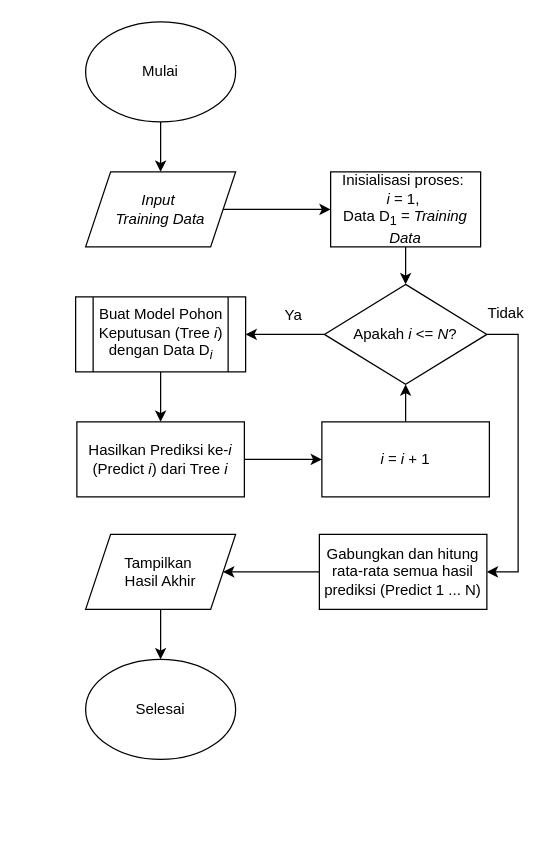
The draw.io diagram diagrams/Flowchart gradient boosting.drawio in fadhilra101/skripsi, before the edit. Source tidied: cells renumbered, new cells numbered last; positions are measured from the earlier drawing's top-left corner, leaving out a move shared by most shapes. Both pictures are drawn from the tidied source at 125%, with x=0, y=0 at pixel (75, 21).
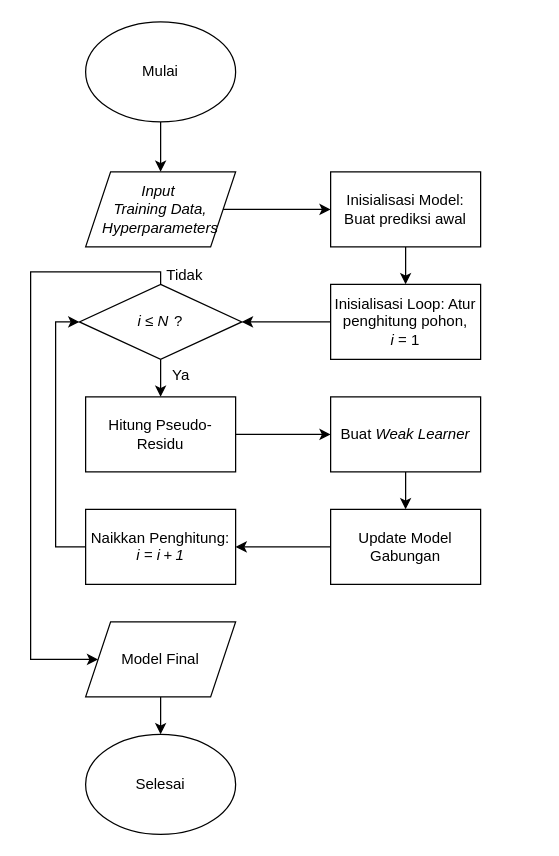
Above is the later version.

Change to the diagram source:
```diff
@@
-    <mxCell id="5" value="&lt;i&gt;Input&amp;nbsp;&lt;/i&gt;&lt;div&gt;&lt;i&gt;Training Data&lt;/i&gt;&lt;/div&gt;" style="shape=parallelogram;perimeter=parallelogramPerimeter;whiteSpace=wrap;html=1;fixedSize=1;fillColor=none;" parent="1" vertex="1">
+    <mxCell id="5" value="&lt;i&gt;Input&amp;nbsp;&lt;/i&gt;&lt;div&gt;&lt;i&gt;Training Data, Hyperparameters&lt;/i&gt;&lt;/div&gt;" style="shape=parallelogram;perimeter=parallelogramPerimeter;whiteSpace=wrap;html=1;fixedSize=1;fillColor=none;" parent="1" vertex="1">
       <mxGeometry x="8" y="120" width="120" height="60" as="geometry" />
     </mxCell>
-    <mxCell id="6" style="edgeStyle=orthogonalEdgeStyle;rounded=0;jettySize=auto;html=1;" parent="1" edge="1" source="7" target="10">
-      <mxGeometry relative="1" as="geometry" />
+    <mxCell id="6" style="edgeStyle=orthogonalEdgeStyle;rounded=0;jettySize=auto;html=1;" parent="1" edge="1" source="7">
+      <mxGeometry relative="1" as="geometry">
+        <mxPoint x="264" y="210" as="targetPoint" />
+      </mxGeometry>
     </mxCell>
-    <mxCell id="7" value="Inisialisasi&amp;nbsp;&lt;span style=&quot;background-color: transparent; color: light-dark(rgb(0, 0, 0), rgb(255, 255, 255));&quot;&gt;proses:&amp;nbsp;&lt;/span&gt;&lt;div&gt;&lt;span style=&quot;background-color: transparent; color: light-dark(rgb(0, 0, 0), rgb(255, 255, 255));&quot;&gt;&lt;i&gt;i&lt;/i&gt; = 1,&amp;nbsp;&lt;/span&gt;&lt;div&gt;Data D&lt;sub&gt;1&lt;/sub&gt; = &lt;i&gt;Training Data&lt;/i&gt;&lt;/div&gt;&lt;/div&gt;" style="rounded=0;whiteSpace=wrap;html=1;fillColor=none;" parent="1" vertex="1">
+    <mxCell id="7" value="Inisialisasi Model: Buat prediksi awal" style="rounded=0;whiteSpace=wrap;html=1;fillColor=none;" parent="1" vertex="1">
       <mxGeometry x="204" y="120" width="120" height="60" as="geometry" />
     </mxCell>
-    <mxCell id="8" style="edgeStyle=orthogonalEdgeStyle;rounded=0;jettySize=auto;html=1;" parent="1" edge="1" source="10" target="12">
-      <mxGeometry relative="1" as="geometry" />
-    </mxCell>
-    <mxCell id="9" style="edgeStyle=orthogonalEdgeStyle;rounded=0;jettySize=auto;html=1;entryX=1;entryY=0.5;entryDx=0;entryDy=0;" parent="1" edge="1" source="10" target="19">
-      <mxGeometry relative="1" as="geometry">
-        <Array as="points">
-          <mxPoint x="354" y="250" />
-          <mxPoint x="354" y="440" />
-        </Array>
-      </mxGeometry>
-    </mxCell>
-    <mxCell id="10" value="Apakah &lt;i&gt;i&lt;/i&gt; &amp;lt;= &lt;i&gt;N&lt;/i&gt;?" style="rhombus;whiteSpace=wrap;html=1;fillColor=none;" parent="1" vertex="1">
-      <mxGeometry x="199" y="210" width="130" height="80" as="geometry" />
-    </mxCell>
-    <mxCell id="11" style="edgeStyle=orthogonalEdgeStyle;rounded=0;jettySize=auto;html=1;" parent="1" edge="1" source="12" target="15">
-      <mxGeometry relative="1" as="geometry" />
-    </mxCell>
-    <mxCell id="12" value="Buat Model Pohon Keputusan (Tree &lt;i&gt;i&lt;/i&gt;) dengan Data D&lt;sub&gt;&lt;i&gt;i&lt;/i&gt;&lt;/sub&gt;" style="shape=process;whiteSpace=wrap;html=1;backgroundOutline=1;fillColor=none;" parent="1" vertex="1">
-      <mxGeometry y="220" width="136" height="60" as="geometry" />
-    </mxCell>
+    <mxCell id="24" style="edgeStyle=orthogonalEdgeStyle;rounded=0;jettySize=auto;html=1;" parent="1" edge="1" source="25" target="28">
+      <mxGeometry relative="1" as="geometry" />
+    </mxCell>
+    <mxCell id="25" value="Inisialisasi Loop: Atur penghitung pohon, &lt;span class=&quot;katex&quot;&gt;&lt;span aria-hidden=&quot;true&quot; class=&quot;katex-html&quot;&gt;&lt;span class=&quot;base&quot;&gt;&lt;span style=&quot;height: 0.6595em;&quot; class=&quot;strut&quot;&gt;&lt;/span&gt;&lt;span class=&quot;mord mathnormal&quot;&gt;&lt;i&gt;i&lt;/i&gt;&lt;/span&gt;&lt;span style=&quot;margin-right: 0.2778em;&quot; class=&quot;mspace&quot;&gt;&lt;/span&gt;&lt;span class=&quot;mrel&quot;&gt;=&lt;/span&gt;&lt;span style=&quot;margin-right: 0.2778em;&quot; class=&quot;mspace&quot;&gt;&lt;/span&gt;&lt;/span&gt;&lt;span class=&quot;base&quot;&gt;&lt;span style=&quot;height: 0.6444em;&quot; class=&quot;strut&quot;&gt;&lt;/span&gt;&lt;span class=&quot;mord&quot;&gt;1&lt;/span&gt;&lt;/span&gt;&lt;/span&gt;&lt;/span&gt;" style="rounded=0;whiteSpace=wrap;html=1;fillColor=none;" parent="1" vertex="1">
+      <mxGeometry x="204" y="210" width="120" height="60" as="geometry" />
+    </mxCell>
+    <mxCell id="26" style="edgeStyle=orthogonalEdgeStyle;rounded=0;jettySize=auto;html=1;" parent="1" edge="1" source="28" target="30">
+      <mxGeometry relative="1" as="geometry" />
+    </mxCell>
+    <mxCell id="27" style="edgeStyle=orthogonalEdgeStyle;rounded=0;jettySize=auto;html=1;exitX=0.5;exitY=0;exitDx=0;exitDy=0;entryX=0;entryY=0.5;entryDx=0;entryDy=0;" parent="1" edge="1" source="28" target="38">
+      <mxGeometry relative="1" as="geometry">
+        <Array as="points">
+          <mxPoint x="68" y="200" />
+          <mxPoint x="-36" y="200" />
+          <mxPoint x="-36" y="510" />
+        </Array>
+      </mxGeometry>
+    </mxCell>
+    <mxCell id="28" value="&lt;i&gt;i&amp;nbsp;&lt;/i&gt;&lt;span style=&quot;&quot; class=&quot;katex&quot;&gt;&lt;span style=&quot;&quot; aria-hidden=&quot;true&quot; class=&quot;katex-html&quot;&gt;&lt;span style=&quot;&quot; class=&quot;base&quot;&gt;&lt;span style=&quot;&quot; class=&quot;mrel&quot;&gt;≤&lt;/span&gt;&lt;span style=&quot;margin-right: 0.2778em; margin-right: 0.2778em;&quot; class=&quot;mspace&quot;&gt;&lt;/span&gt;&lt;/span&gt;&lt;span style=&quot;&quot; class=&quot;base&quot;&gt;&lt;i&gt;&lt;span style=&quot;height: 0.6833em;&quot; class=&quot;strut&quot;&gt;&lt;/span&gt;&lt;span style=&quot;margin-right: 0.109em;&quot; class=&quot;mord mathnormal&quot;&gt;N&lt;/span&gt;&lt;/i&gt;&lt;/span&gt;&lt;/span&gt;&lt;/span&gt; ?" style="rhombus;whiteSpace=wrap;html=1;fillColor=none;" parent="1" vertex="1">
+      <mxGeometry x="3" y="210" width="130" height="60" as="geometry" />
+    </mxCell>
+    <mxCell id="29" style="edgeStyle=orthogonalEdgeStyle;rounded=0;jettySize=auto;html=1;" parent="1" edge="1" source="30" target="32">
+      <mxGeometry relative="1" as="geometry" />
+    </mxCell>
+    <mxCell id="30" value="Hitung Pseudo-Residu" style="rounded=0;whiteSpace=wrap;html=1;fillColor=none;" parent="1" vertex="1">
+      <mxGeometry x="8" y="300" width="120" height="60" as="geometry" />
+    </mxCell>
+    <mxCell id="31" style="edgeStyle=orthogonalEdgeStyle;rounded=0;jettySize=auto;html=1;" parent="1" edge="1" source="32" target="34">
+      <mxGeometry relative="1" as="geometry" />
+    </mxCell>
+    <mxCell id="32" value="Buat &lt;i&gt;Weak Learner&lt;/i&gt;" style="rounded=0;whiteSpace=wrap;html=1;fillColor=none;" parent="1" vertex="1">
+      <mxGeometry x="204" y="300" width="120" height="60" as="geometry" />
+    </mxCell>
+    <mxCell id="33" style="edgeStyle=orthogonalEdgeStyle;rounded=0;jettySize=auto;html=1;" parent="1" edge="1" source="34" target="36">
+      <mxGeometry relative="1" as="geometry" />
+    </mxCell>
+    <mxCell id="34" value="Update Model Gabungan" style="rounded=0;whiteSpace=wrap;html=1;fillColor=none;" parent="1" vertex="1">
+      <mxGeometry x="204" y="390" width="120" height="60" as="geometry" />
+    </mxCell>
+    <mxCell id="35" style="edgeStyle=orthogonalEdgeStyle;rounded=0;jettySize=auto;html=1;entryX=0;entryY=0.5;entryDx=0;entryDy=0;" parent="1" edge="1" source="36" target="28">
+      <mxGeometry relative="1" as="geometry">
+        <Array as="points">
+          <mxPoint x="-16" y="420" />
+          <mxPoint x="-16" y="240" />
+        </Array>
+      </mxGeometry>
+    </mxCell>
+    <mxCell id="36" value="Naikkan Penghitung: &lt;span class=&quot;katex&quot;&gt;&lt;span aria-hidden=&quot;true&quot; class=&quot;katex-html&quot;&gt;&lt;i&gt;&lt;span class=&quot;base&quot;&gt;&lt;span style=&quot;height: 0.6595em;&quot; class=&quot;strut&quot;&gt;&lt;/span&gt;&lt;span class=&quot;mord mathnormal&quot;&gt;i&lt;/span&gt;&lt;span style=&quot;margin-right: 0.2778em;&quot; class=&quot;mspace&quot;&gt;&lt;/span&gt;&lt;span class=&quot;mrel&quot;&gt;=&lt;/span&gt;&lt;span style=&quot;margin-right: 0.2778em;&quot; class=&quot;mspace&quot;&gt;&lt;/span&gt;&lt;/span&gt;&lt;span class=&quot;base&quot;&gt;&lt;span style=&quot;height: 0.7429em; vertical-align: -0.0833em;&quot; class=&quot;strut&quot;&gt;&lt;/span&gt;&lt;span class=&quot;mord mathnormal&quot;&gt;i&lt;/span&gt;&lt;span style=&quot;margin-right: 0.2222em;&quot; class=&quot;mspace&quot;&gt;&lt;/span&gt;&lt;span class=&quot;mbin&quot;&gt;+&lt;/span&gt;&lt;span style=&quot;margin-right: 0.2222em;&quot; class=&quot;mspace&quot;&gt;&lt;/span&gt;&lt;/span&gt;&lt;span class=&quot;base&quot;&gt;&lt;span style=&quot;height: 0.6444em;&quot; class=&quot;strut&quot;&gt;&lt;/span&gt;&lt;span class=&quot;mord&quot;&gt;1&lt;/span&gt;&lt;/span&gt;&lt;/i&gt;&lt;/span&gt;&lt;/span&gt;" style="rounded=0;whiteSpace=wrap;html=1;fillColor=none;" parent="1" vertex="1">
+      <mxGeometry x="8" y="390" width="120" height="60" as="geometry" />
+    </mxCell>
+    <mxCell id="37" style="edgeStyle=orthogonalEdgeStyle;rounded=0;jettySize=auto;html=1;" parent="1" edge="1" source="38" target="23">
+      <mxGeometry relative="1" as="geometry" />
+    </mxCell>
+    <mxCell id="38" value="Model Final" style="shape=parallelogram;perimeter=parallelogramPerimeter;whiteSpace=wrap;html=1;fixedSize=1;strokeColor=default;align=center;verticalAlign=middle;fontFamily=Helvetica;fontSize=12;fontColor=default;fillColor=none;" parent="1" vertex="1">
+      <mxGeometry x="8" y="480" width="120" height="60" as="geometry" />
+    </mxCell>
     <mxCell id="13" value="Ya" style="text;html=1;align=center;verticalAlign=middle;strokeColor=none;fillColor=none;" parent="1" vertex="1">
-      <mxGeometry x="154" y="220" width="40" height="30" as="geometry" />
+      <mxGeometry x="64" y="268" width="40" height="30" as="geometry" />
     </mxCell>
-    <mxCell id="14" style="edgeStyle=orthogonalEdgeStyle;rounded=0;jettySize=auto;html=1;" parent="1" edge="1" source="15" target="17">
-      <mxGeometry relative="1" as="geometry" />
-    </mxCell>
-    <mxCell id="15" value="Hasilkan Prediksi ke-&lt;i&gt;i &lt;/i&gt;(Predict &lt;i&gt;i&lt;/i&gt;) dari Tree &lt;i&gt;i&lt;/i&gt;" style="rounded=0;whiteSpace=wrap;html=1;fillColor=none;" parent="1" vertex="1">
-      <mxGeometry x="1" y="320" width="134" height="60" as="geometry" />
-    </mxCell>
-    <mxCell id="16" style="edgeStyle=orthogonalEdgeStyle;rounded=0;jettySize=auto;html=1;" parent="1" edge="1" source="17" target="10">
-      <mxGeometry relative="1" as="geometry" />
-    </mxCell>
-    <mxCell id="17" value="&lt;i&gt;i &lt;/i&gt;= &lt;i&gt;i&lt;/i&gt; + 1" style="rounded=0;whiteSpace=wrap;html=1;fillColor=none;" parent="1" vertex="1">
-      <mxGeometry x="197" y="320" width="134" height="60" as="geometry" />
-    </mxCell>
-    <mxCell id="18" style="edgeStyle=orthogonalEdgeStyle;rounded=0;jettySize=auto;html=1;" parent="1" edge="1" source="19" target="22">
-      <mxGeometry relative="1" as="geometry" />
-    </mxCell>
-    <mxCell id="19" value="Gabungkan dan hitung rata-rata semua hasil prediksi (Predict 1 ... N)" style="rounded=0;whiteSpace=wrap;html=1;fillColor=none;" parent="1" vertex="1">
-      <mxGeometry x="195" y="410" width="134" height="60" as="geometry" />
-    </mxCell>
+    <mxCell id="23" value="Selesai" style="ellipse;whiteSpace=wrap;html=1;strokeColor=default;align=center;verticalAlign=middle;fontFamily=Helvetica;fontSize=12;fontColor=default;fillColor=none;" parent="1" vertex="1">
+      <mxGeometry x="8" y="570" width="120" height="80" as="geometry" />
+    </mxCell>
     <mxCell id="20" value="Tidak" style="text;html=1;align=center;verticalAlign=middle;strokeColor=none;fillColor=none;" parent="1" vertex="1">
-      <mxGeometry x="319" y="218" width="50" height="30" as="geometry" />
+      <mxGeometry x="62" y="188" width="50" height="30" as="geometry" />
     </mxCell>
-    <mxCell id="21" style="edgeStyle=orthogonalEdgeStyle;rounded=0;jettySize=auto;html=1;" parent="1" edge="1" source="22" target="23">
-      <mxGeometry relative="1" as="geometry" />
-    </mxCell>
-    <mxCell id="22" value="Tampilkan&amp;nbsp;&lt;div&gt;Hasil Akhir&lt;/div&gt;" style="shape=parallelogram;perimeter=parallelogramPerimeter;whiteSpace=wrap;html=1;fixedSize=1;fillColor=none;" parent="1" vertex="1">
-      <mxGeometry x="8" y="410" width="120" height="60" as="geometry" />
-    </mxCell>
-    <mxCell id="23" value="Selesai" style="ellipse;whiteSpace=wrap;html=1;fillColor=none;" parent="1" vertex="1">
-      <mxGeometry x="8" y="510" width="120" height="80" as="geometry" />
-    </mxCell>
```
